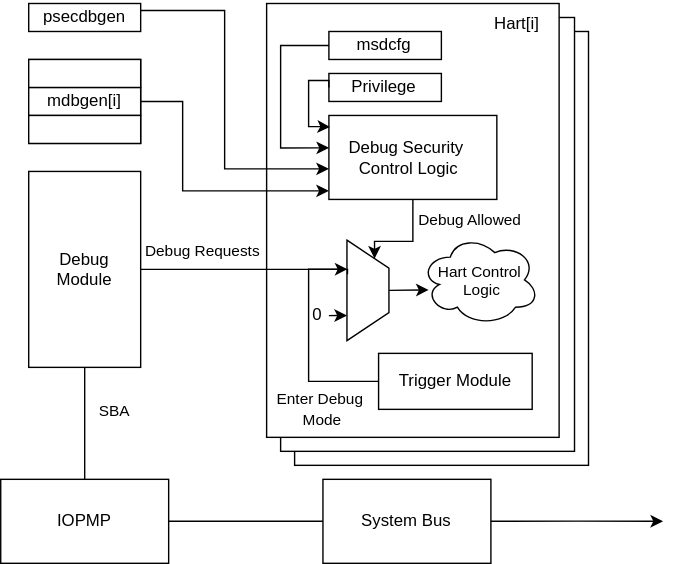
Before: images/external_debug_dm.svg, a diagram exported from draw.io (riscv-non-isa/riscv-external-debug-security). Source tidied: cells renumbered, new cells last; positions are measured from the earlier drawing's top-left corner, leaving out a move shared by most shapes.
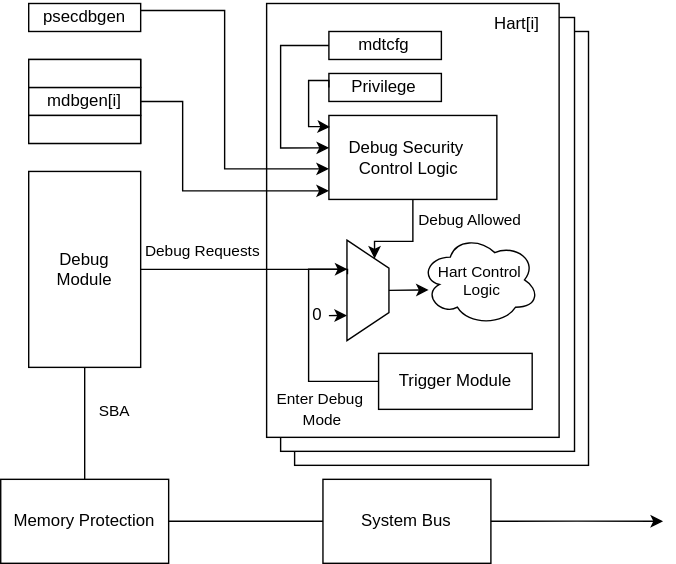
Above is the later version.

The edit, as a diff of the source:
```diff
@@ -20,7 +20,7 @@
     <mxCell id="7" style="edgeStyle=orthogonalEdgeStyle;rounded=0;jettySize=auto;html=1;exitX=1;exitY=0.5;exitDx=0;exitDy=0;entryX=0;entryY=0.5;entryDx=0;entryDy=0;endArrow=none;endFill=0;" parent="1" edge="1" source="8" target="10">
       <mxGeometry relative="1" as="geometry" />
     </mxCell>
-    <mxCell id="8" value="IOPMP" style="rounded=0;whiteSpace=wrap;html=1;" parent="1" vertex="1">
+    <mxCell id="8" value="Memory Protection" style="rounded=0;whiteSpace=wrap;html=1;" parent="1" vertex="1">
       <mxGeometry y="340" width="120" height="60" as="geometry" />
     </mxCell>
     <mxCell id="9" style="edgeStyle=orthogonalEdgeStyle;rounded=0;jettySize=auto;html=1;exitX=0.984;exitY=0.499;exitDx=0;exitDy=0;exitPerimeter=0;" parent="1" edge="1" source="10">
@@ -133,7 +133,7 @@
     <mxCell id="32" style="endArrow=classic;html=1;rounded=0;exitX=1;exitY=0.5;exitDx=0;exitDy=0;entryX=0.75;entryY=1;entryDx=0;entryDy=0;" parent="1" edge="1" source="31" target="22">
       <mxGeometry relative="1" as="geometry" />
     </mxCell>
-    <mxCell id="33" value="msdcfg" style="rounded=0;whiteSpace=wrap;html=1;" parent="1" vertex="1">
+    <mxCell id="33" value="mdtcfg" style="rounded=0;whiteSpace=wrap;html=1;" parent="1" vertex="1">
       <mxGeometry x="234.5" y="20" width="80.4" height="20" as="geometry" />
     </mxCell>
     <mxCell id="34" style="edgeStyle=orthogonalEdgeStyle;rounded=0;jettySize=auto;html=1;exitX=0;exitY=0.5;exitDx=0;exitDy=0;entryX=0.001;entryY=0.386;entryDx=0;entryDy=0;entryPerimeter=0;" parent="1" edge="1" source="33" target="26">
```
